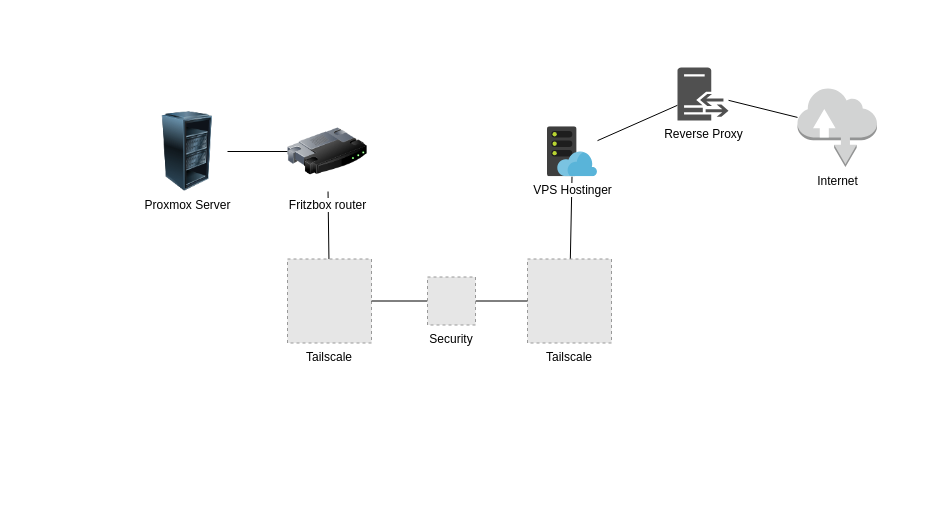
The draw.io diagram reverse_proxy_network.drawio in massimilianorighi/draw.io, before the edit. Source tidied: cells renumbered, new cells numbered last; positions are measured from the earlier drawing's top-left corner, leaving out a move shared by most shapes. Both pictures are drawn from the tidied source at 100%, with x=0, y=0 at pixel (147, 67). Pictures stored in the file or linked from it are replaced by grey dashed boxes.
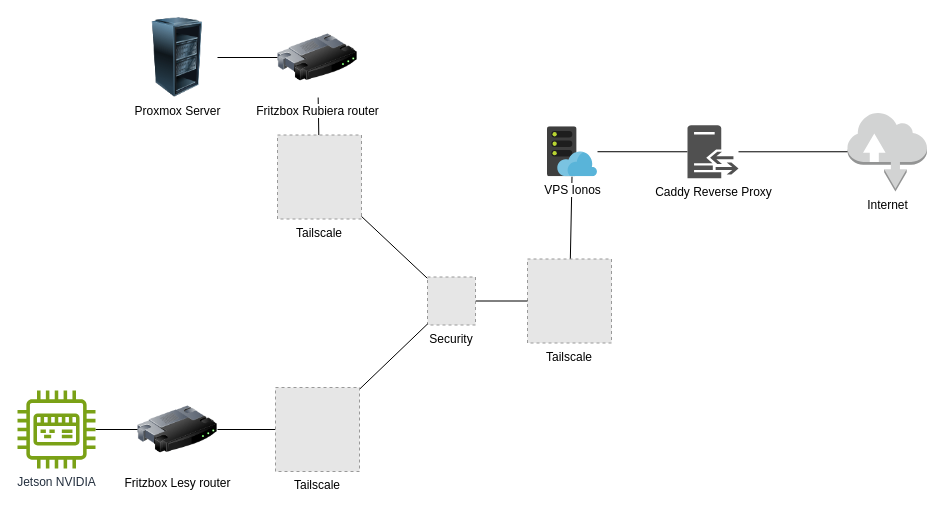
Above is the later version.

Unchanged cells that the change refers to:
```xml
<mxCell id="11" value="Security" style="fillColor=#E6E6E6;strokeColor=#999999;dashed=1;verticalLabelPosition=bottom;verticalAlign=top;labelBackgroundColor=#ffffff;" parent="1" vertex="1">
  <mxGeometry x="280" y="209.5" width="48" height="48" as="geometry" />
</mxCell>
```

Diff of the diagram source:
```diff
@@
     <mxCell id="3" value="Internet" style="outlineConnect=0;dashed=0;verticalLabelPosition=bottom;verticalAlign=top;align=center;html=1;shape=mxgraph.aws3.internet;fillColor=#D2D3D3;gradientColor=none;" parent="1" vertex="1">
-      <mxGeometry x="650" y="20" width="79.5" height="79.5" as="geometry" />
+      <mxGeometry x="700" y="44.5" width="79.5" height="79.5" as="geometry" />
     </mxCell>
@@
     <mxCell id="7" value="Proxmox Server" style="image;html=1;image=img/lib/clip_art/computers/Server_Rack_Partial_128x128.png;" parent="1" vertex="1">
-      <mxGeometry y="44" width="80" height="80" as="geometry" />
+      <mxGeometry x="-10" y="-50" width="80" height="80" as="geometry" />
     </mxCell>
@@
     <mxCell id="9" value="Tailscale&#10;" style="fillColor=#E6E6E6;strokeColor=#999999;dashed=1;verticalLabelPosition=bottom;labelBackgroundColor=default;verticalAlign=top;" parent="1" vertex="1">
-      <mxGeometry x="140" y="191.5" width="84" height="84" as="geometry" />
+      <mxGeometry x="130" y="67.5" width="84" height="84" as="geometry" />
     </mxCell>
@@
-    <mxCell id="12" value="Fritzbox router" style="image;html=1;image=img/lib/clip_art/networking/Router_128x128.png;" parent="1" vertex="1">
-      <mxGeometry x="140" y="44" width="80" height="80" as="geometry" />
+    <mxCell id="12" value="Fritzbox Rubiera router" style="image;html=1;image=img/lib/clip_art/networking/Router_128x128.png;" parent="1" vertex="1">
+      <mxGeometry x="130" y="-50" width="80" height="80" as="geometry" />
     </mxCell>
-    <mxCell id="13" value="VPS Hostinger" style="image;sketch=0;html=1;points=[];align=center;fontSize=12;image=img/lib/mscae/WebHosting.svg;" parent="1" vertex="1">
+    <mxCell id="13" value="VPS Ionos" style="image;sketch=0;html=1;points=[];align=center;fontSize=12;image=img/lib/mscae/WebHosting.svg;" parent="1" vertex="1">
       <mxGeometry x="400" y="59.2" width="50" height="50" as="geometry" />
     </mxCell>
@@
-    <mxCell id="16" value="Reverse Proxy" style="sketch=0;shadow=0;dashed=0;html=1;strokeColor=none;fillColor=#505050;labelPosition=center;verticalLabelPosition=bottom;verticalAlign=top;outlineConnect=0;align=center;shape=mxgraph.office.servers.reverse_proxy;" parent="1" vertex="1">
-      <mxGeometry x="530" width="51" height="53" as="geometry" />
+    <mxCell id="16" value="Caddy Reverse Proxy" style="sketch=0;shadow=0;dashed=0;html=1;strokeColor=none;fillColor=#505050;labelPosition=center;verticalLabelPosition=bottom;verticalAlign=top;outlineConnect=0;align=center;shape=mxgraph.office.servers.reverse_proxy;" parent="1" vertex="1">
+      <mxGeometry x="540" y="57.8" width="51" height="53" as="geometry" />
     </mxCell>
+    <mxCell id="17" style="edgeStyle=orthogonalEdgeStyle;rounded=0;jettySize=auto;html=1;endArrow=none;startFill=0;" parent="1" edge="1" source="18" target="20">
+      <mxGeometry relative="1" as="geometry" />
+    </mxCell>
+    <mxCell id="18" value="Fritzbox Lesy router" style="image;html=1;image=img/lib/clip_art/networking/Router_128x128.png;" parent="1" vertex="1">
+      <mxGeometry x="-10" y="322" width="80" height="80" as="geometry" />
+    </mxCell>
+    <mxCell id="19" style="rounded=0;jettySize=auto;html=1;endArrow=none;startFill=0;" parent="1" edge="1" source="20" target="11">
+      <mxGeometry relative="1" as="geometry" />
+    </mxCell>
+    <mxCell id="20" value="Tailscale&#10;" style="fillColor=#E6E6E6;strokeColor=#999999;dashed=1;verticalLabelPosition=bottom;labelBackgroundColor=default;verticalAlign=top;" parent="1" vertex="1">
+      <mxGeometry x="128" y="320" width="84" height="84" as="geometry" />
+    </mxCell>
+    <mxCell id="21" style="edgeStyle=orthogonalEdgeStyle;rounded=0;jettySize=auto;html=1;entryX=0;entryY=0.5;entryDx=0;entryDy=0;endArrow=none;startFill=0;" parent="1" edge="1" source="22" target="18">
+      <mxGeometry relative="1" as="geometry" />
+    </mxCell>
+    <mxCell id="22" value="Jetson NVIDIA" style="sketch=0;outlineConnect=0;fontColor=#232F3E;gradientColor=none;fillColor=#7AA116;strokeColor=none;dashed=0;verticalLabelPosition=bottom;verticalAlign=top;align=center;html=1;fontSize=12;fontStyle=0;shape=mxgraph.aws4.iot_thing_industrial_pc;" parent="1" vertex="1">
+      <mxGeometry x="-130" y="323" width="78" height="78" as="geometry" />
+    </mxCell>
```
